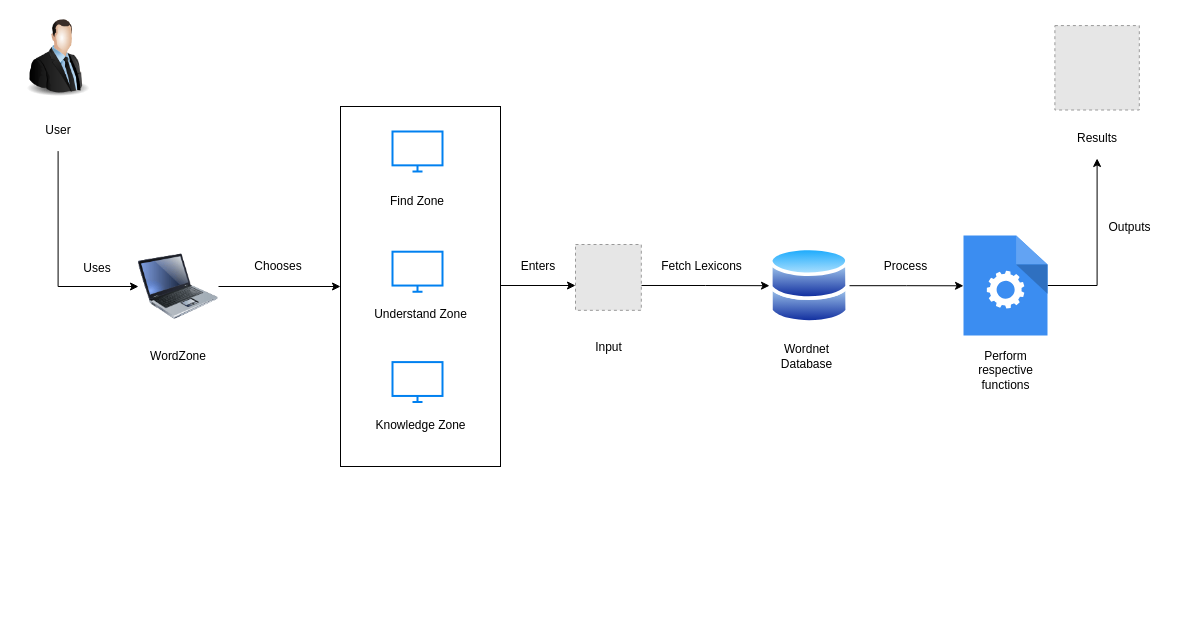
This is Flowcharts/SystemArchitecture.drawio from ritveak/Wordzone, a draw.io file, before an edit. Source tidied: cells renumbered, new cells numbered last; positions are measured from the earlier drawing's top-left corner, leaving out a move shared by most shapes. Both pictures are drawn from the tidied source at 100%, with x=0, y=0 at pixel (17, 17). Pictures stored in the file or linked from it are replaced by grey dashed boxes.
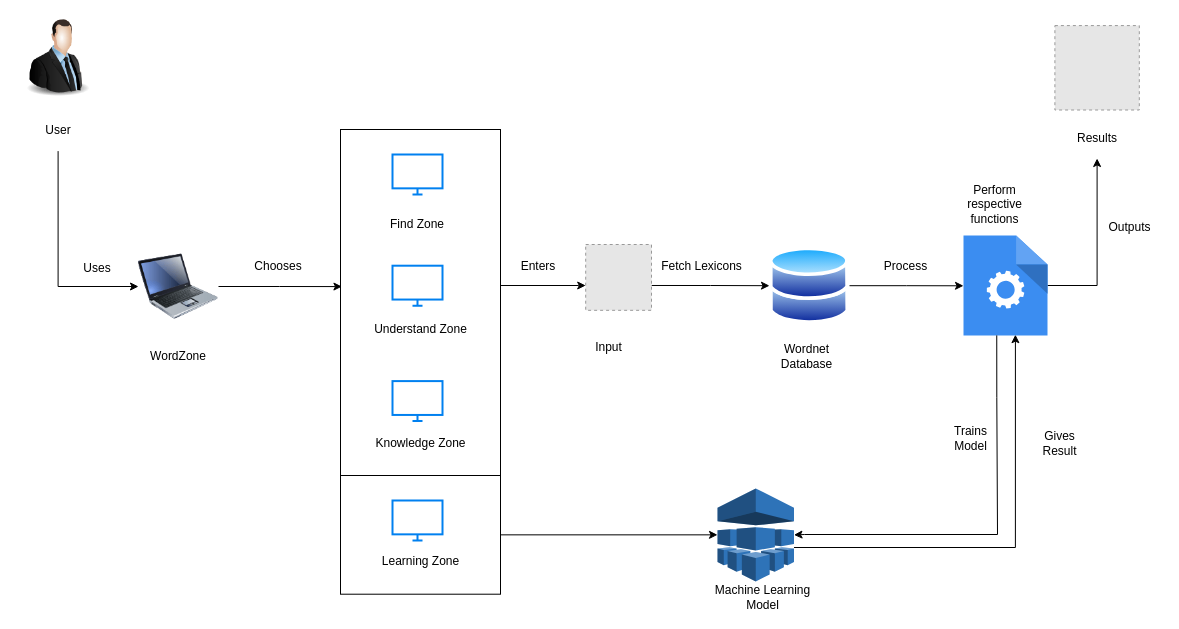
After the change.

Unchanged cells that the change refers to:
```xml
<mxCell id="6" style="image;html=1;labelBackgroundColor=#ffffff;image=img/lib/clip_art/computers/Laptop_128x128.png;" parent="1" vertex="1">
  <mxGeometry x="121" y="228" width="80" height="82" as="geometry" />
</mxCell>
<mxCell id="25" style="html=1;strokeColor=none;shadow=0;align=center;verticalAlign=top;fillColor=#3B8DF1;shape=mxgraph.gcp2.process;" parent="1" vertex="1">
  <mxGeometry x="946" y="218" width="84" height="100" as="geometry" />
</mxCell>
```

What changed in the source:
```diff
@@
+    <mxCell id="33" style="rounded=0;whiteSpace=wrap;html=1;" parent="1" vertex="1">
+      <mxGeometry x="323" y="458" width="160" height="118.7" as="geometry" />
+    </mxCell>
@@
-    <mxCell id="5" style="edgeStyle=orthogonalEdgeStyle;rounded=0;jettySize=auto;html=1;entryX=0;entryY=0.5;entryDx=0;entryDy=0;" parent="1" edge="1" source="6" target="11">
+    <mxCell id="5" style="edgeStyle=orthogonalEdgeStyle;rounded=0;jettySize=auto;html=1;entryX=0.009;entryY=0.454;entryDx=0;entryDy=0;entryPerimeter=0;" parent="1" edge="1" source="6" target="11">
       <mxGeometry relative="1" as="geometry" />
     </mxCell>
@@
     <mxCell id="11" style="rounded=0;whiteSpace=wrap;html=1;" parent="1" vertex="1">
-      <mxGeometry x="323" y="89" width="160" height="360" as="geometry" />
+      <mxGeometry x="323" y="112" width="160" height="346" as="geometry" />
     </mxCell>
@@
     <mxCell id="13" style="html=1;verticalLabelPosition=bottom;align=center;labelBackgroundColor=#ffffff;verticalAlign=top;strokeWidth=2;strokeColor=#0080F0;shadow=0;dashed=0;shape=mxgraph.ios7.icons.monitor;" parent="1" vertex="1">
-      <mxGeometry x="375" y="114" width="50" height="40" as="geometry" />
+      <mxGeometry x="375" y="137" width="50" height="40" as="geometry" />
     </mxCell>
     <mxCell id="14" style="html=1;verticalLabelPosition=bottom;align=center;labelBackgroundColor=#ffffff;verticalAlign=top;strokeWidth=2;strokeColor=#0080F0;shadow=0;dashed=0;shape=mxgraph.ios7.icons.monitor;" parent="1" vertex="1">
-      <mxGeometry x="375" y="234.2" width="50" height="40" as="geometry" />
+      <mxGeometry x="375" y="248.2" width="50" height="40" as="geometry" />
     </mxCell>
     <mxCell id="15" style="html=1;verticalLabelPosition=bottom;align=center;labelBackgroundColor=#ffffff;verticalAlign=top;strokeWidth=2;strokeColor=#0080F0;shadow=0;dashed=0;shape=mxgraph.ios7.icons.monitor;" parent="1" vertex="1">
-      <mxGeometry x="375" y="344.6" width="50" height="40" as="geometry" />
+      <mxGeometry x="375" y="363.6" width="50" height="40" as="geometry" />
     </mxCell>
@@
     <mxCell id="17" value="Find Zone" style="text;html=1;strokeColor=none;fillColor=none;align=center;verticalAlign=middle;whiteSpace=wrap;rounded=0;" parent="1" vertex="1">
-      <mxGeometry x="366" y="174" width="68" height="20" as="geometry" />
+      <mxGeometry x="366" y="197" width="68" height="20" as="geometry" />
     </mxCell>
     <mxCell id="18" value="Understand Zone" style="text;html=1;strokeColor=none;fillColor=none;align=center;verticalAlign=middle;whiteSpace=wrap;rounded=0;" parent="1" vertex="1">
-      <mxGeometry x="350.5" y="287" width="105" height="20" as="geometry" />
+      <mxGeometry x="350.5" y="302" width="105" height="20" as="geometry" />
     </mxCell>
     <mxCell id="19" value="Knowledge Zone" style="text;html=1;strokeColor=none;fillColor=none;align=center;verticalAlign=middle;whiteSpace=wrap;rounded=0;" parent="1" vertex="1">
-      <mxGeometry x="350.5" y="397.6" width="105" height="20" as="geometry" />
+      <mxGeometry x="350.5" y="415.6" width="105" height="20" as="geometry" />
     </mxCell>
@@
     <mxCell id="21" style="fillColor=#E6E6E6;strokeColor=#999999;dashed=1;html=1;verticalAlign=top;verticalLabelPosition=bottom;labelBackgroundColor=#ffffff;" parent="1" vertex="1">
-      <mxGeometry x="558" y="227" width="65.8" height="65.8" as="geometry" />
+      <mxGeometry x="568.2" y="227" width="65.8" height="65.8" as="geometry" />
     </mxCell>
@@
     <mxCell id="26" value="Perform respective functions" style="text;html=1;strokeColor=none;fillColor=none;align=center;verticalAlign=middle;whiteSpace=wrap;rounded=0;" parent="1" vertex="1">
-      <mxGeometry x="950.5" y="321.6" width="75" height="63" as="geometry" />
+      <mxGeometry x="940" y="155" width="75" height="63" as="geometry" />
     </mxCell>
@@
+    <mxCell id="34" style="edgeStyle=orthogonalEdgeStyle;rounded=0;jettySize=auto;html=1;exitX=0.396;exitY=0.999;exitDx=0;exitDy=0;exitPerimeter=0;entryX=1;entryY=0.5;entryDx=0;entryDy=0;entryPerimeter=0;" parent="1" edge="1" source="25" target="37">
+      <mxGeometry relative="1" as="geometry">
+        <Array as="points">
+          <mxPoint x="979" y="380" />
+          <mxPoint x="980" y="380" />
+          <mxPoint x="980" y="517" />
+          <mxPoint x="787" y="517" />
+        </Array>
+      </mxGeometry>
+    </mxCell>
+    <mxCell id="35" value="Trains Model " style="text;html=1;strokeColor=none;fillColor=none;align=center;verticalAlign=middle;whiteSpace=wrap;rounded=0;" parent="1" vertex="1">
+      <mxGeometry x="921" y="404" width="65" height="34.2" as="geometry" />
+    </mxCell>
+    <mxCell id="36" value="Gives Result" style="text;html=1;strokeColor=none;fillColor=none;align=center;verticalAlign=middle;whiteSpace=wrap;rounded=0;" parent="1" vertex="1">
+      <mxGeometry x="1010" y="408.5" width="65" height="34.2" as="geometry" />
+    </mxCell>
+    <mxCell id="37" style="outlineConnect=0;dashed=0;verticalLabelPosition=bottom;verticalAlign=top;align=center;html=1;shape=mxgraph.aws3.machine_learning;fillColor=#2E73B8;gradientColor=none;" parent="1" vertex="1">
+      <mxGeometry x="700" y="470.9" width="76.5" height="93" as="geometry" />
+    </mxCell>
+    <mxCell id="38" value="Machine Learning&lt;br&gt; Model" style="text;html=1;align=center;verticalAlign=middle;" parent="1" vertex="1">
+      <mxGeometry x="690" y="564.5" width="110" height="30" as="geometry" />
+    </mxCell>
+    <mxCell id="39" style="html=1;verticalLabelPosition=bottom;align=center;labelBackgroundColor=#ffffff;verticalAlign=top;strokeWidth=2;strokeColor=#0080F0;shadow=0;dashed=0;shape=mxgraph.ios7.icons.monitor;" parent="1" vertex="1">
+      <mxGeometry x="375" y="483" width="50" height="40" as="geometry" />
+    </mxCell>
+    <mxCell id="40" value="Learning Zone" style="text;html=1;strokeColor=none;fillColor=none;align=center;verticalAlign=middle;whiteSpace=wrap;rounded=0;" parent="1" vertex="1">
+      <mxGeometry x="350.5" y="532.1" width="105" height="23.9" as="geometry" />
+    </mxCell>
+    <mxCell id="41" style="edgeStyle=orthogonalEdgeStyle;rounded=0;jettySize=auto;html=1;entryX=0.618;entryY=0.992;entryDx=0;entryDy=0;entryPerimeter=0;" parent="1" edge="1" source="37" target="25">
+      <mxGeometry relative="1" as="geometry">
+        <Array as="points">
+          <mxPoint x="998" y="530" />
+        </Array>
+      </mxGeometry>
+    </mxCell>
+    <mxCell id="42" style="edgeStyle=orthogonalEdgeStyle;rounded=0;jettySize=auto;html=1;exitX=1;exitY=0.5;exitDx=0;exitDy=0;" parent="1" edge="1" source="33" target="37">
+      <mxGeometry relative="1" as="geometry" />
+    </mxCell>
```
